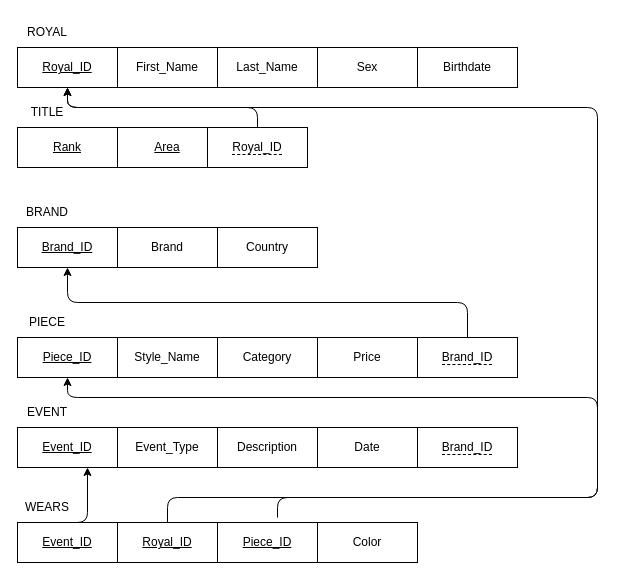
This is page "Question 1" (1 of 2) of morrow_homework2.drawio from ryan-j-morrow/BAIS-3200-Database-Management, a draw.io file, before an edit. Source tidied: cells renumbered, new cells numbered last; positions are measured from the earlier drawing's top-left corner, leaving out a move shared by most shapes. Both pictures are drawn from the tidied source at 100%, with x=0, y=0 at pixel (17, 17).
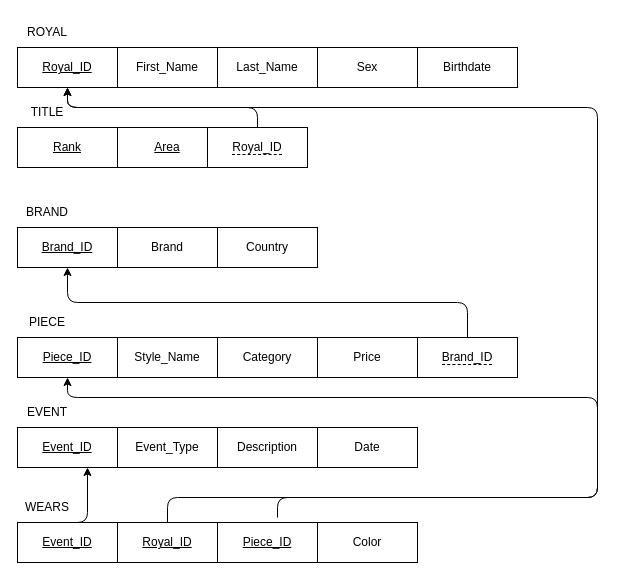
After the change.

Diff of the diagram source:
```diff
@@
-    <mxCell id="29" value="&lt;span style=&quot;border-bottom: 1px dashed;margin-bottom: 5px;&quot;&gt;Brand_ID&lt;/span&gt;" style="whiteSpace=wrap;html=1;align=center;" parent="1" vertex="1">
-      <mxGeometry x="400" y="410" width="100" height="40" as="geometry" />
-    </mxCell>
```
